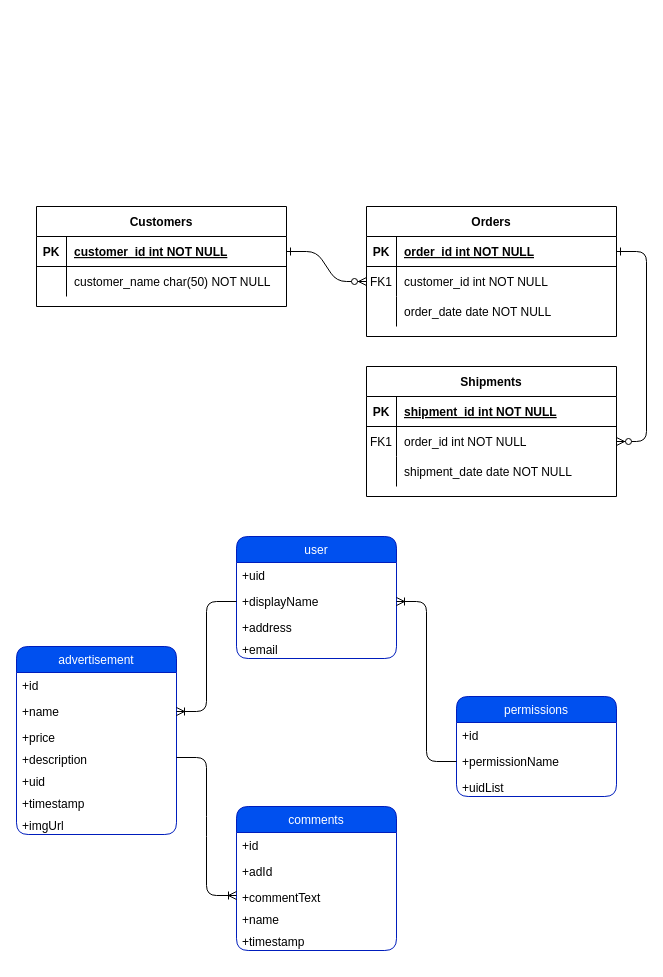
Earlier version of the draw.io diagram Untitled Diagram.drawio (DanylMatviyenko/codinGame). Source tidied: cells renumbered, new cells numbered last; positions are measured from the earlier drawing's top-left corner, leaving out a move shared by most shapes. Both pictures are drawn from the tidied source at 100%, with x=0, y=0 at pixel (16, 206).
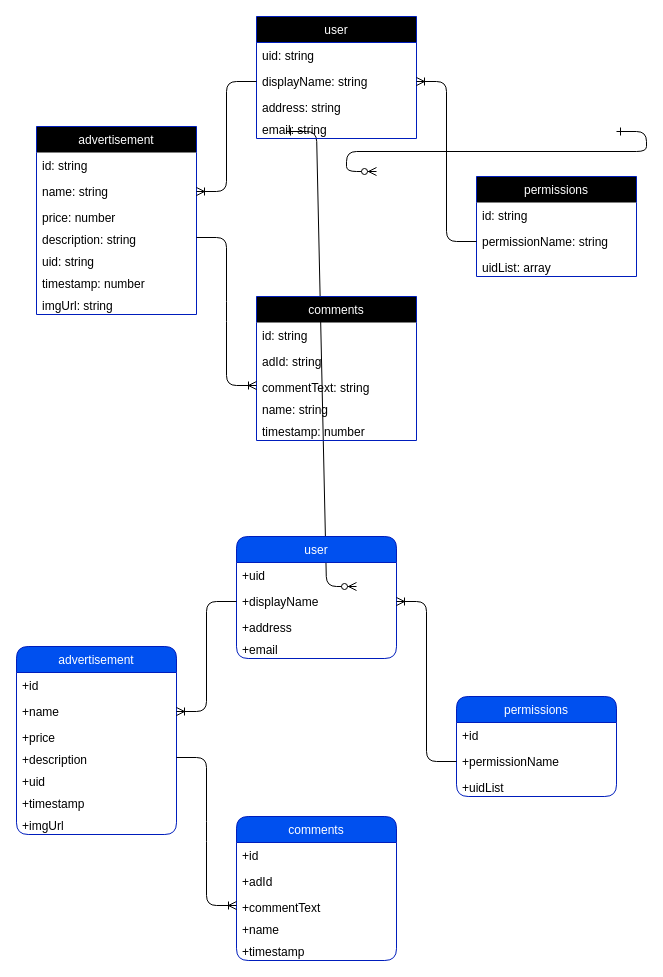
The same page after the edit.

Diff of the diagram source:
```diff
@@
-    <mxCell id="2" style="edgeStyle=entityRelationEdgeStyle;endArrow=ERzeroToMany;startArrow=ERone;endFill=1;startFill=0;" parent="1" edge="1" source="25" target="8">
-      <mxGeometry relative="1" as="geometry" />
+    <mxCell id="2" style="edgeStyle=entityRelationEdgeStyle;endArrow=ERzeroToMany;startArrow=ERone;endFill=1;startFill=0;" parent="1" edge="1">
+      <mxGeometry relative="1" as="geometry">
+        <mxPoint x="270" y="-75" as="sourcePoint" />
+        <mxPoint x="340" y="380" as="targetPoint" />
+      </mxGeometry>
     </mxCell>
-    <mxCell id="3" style="edgeStyle=entityRelationEdgeStyle;endArrow=ERzeroToMany;startArrow=ERone;endFill=1;startFill=0;" parent="1" edge="1" source="5" target="18">
-      <mxGeometry relative="1" as="geometry" />
+    <mxCell id="3" style="edgeStyle=entityRelationEdgeStyle;endArrow=ERzeroToMany;startArrow=ERone;endFill=1;startFill=0;" parent="1" edge="1">
+      <mxGeometry relative="1" as="geometry">
+        <mxPoint x="600" y="-75" as="sourcePoint" />
+        <mxPoint x="360" y="-35" as="targetPoint" />
+      </mxGeometry>
     </mxCell>
-    <mxCell id="4" value="Orders" style="shape=table;startSize=30;childLayout=tableLayout;rowLines=0;fontStyle=1;align=center;" parent="1" vertex="1">
-      <mxGeometry x="350" width="250" height="130" as="geometry" />
-    </mxCell>
-    <mxCell id="5" style="shape=partialRectangle;fillColor=none;points=[[0,0.5],[1,0.5]];portConstraint=eastwest;top=0;left=0;right=0;bottom=1;" parent="4" vertex="1">
-      <mxGeometry y="30" width="250" height="30" as="geometry" />
-    </mxCell>
-    <mxCell id="6" value="PK" style="shape=partialRectangle;overflow=hidden;fillColor=none;top=0;left=0;bottom=0;right=0;fontStyle=1;" parent="5" vertex="1">
-      <mxGeometry width="30" height="30" as="geometry" />
-    </mxCell>
-    <mxCell id="7" value="order_id int NOT NULL " style="shape=partialRectangle;overflow=hidden;fillColor=none;top=0;left=0;bottom=0;right=0;align=left;spacingLeft=6;fontStyle=5;" parent="5" vertex="1">
-      <mxGeometry x="30" width="220" height="30" as="geometry" />
-    </mxCell>
-    <mxCell id="8" style="shape=partialRectangle;fillColor=none;points=[[0,0.5],[1,0.5]];portConstraint=eastwest;top=0;left=0;right=0;bottom=0;" parent="4" vertex="1">
-      <mxGeometry y="60" width="250" height="30" as="geometry" />
-    </mxCell>
-    <mxCell id="9" value="FK1" style="shape=partialRectangle;overflow=hidden;fillColor=none;top=0;left=0;bottom=0;right=0;" parent="8" vertex="1">
-      <mxGeometry width="30" height="30" as="geometry" />
-    </mxCell>
-    <mxCell id="10" value="customer_id int NOT NULL" style="shape=partialRectangle;overflow=hidden;fillColor=none;top=0;left=0;bottom=0;right=0;align=left;spacingLeft=6;" parent="8" vertex="1">
-      <mxGeometry x="30" width="220" height="30" as="geometry" />
-    </mxCell>
-    <mxCell id="11" style="shape=partialRectangle;fillColor=none;top=0;left=0;right=0;bottom=0;" parent="4" vertex="1">
-      <mxGeometry y="90" width="250" height="30" as="geometry" />
-    </mxCell>
-    <mxCell id="12" style="shape=partialRectangle;overflow=hidden;fillColor=none;top=0;left=0;bottom=0;right=0;" parent="11" vertex="1">
-      <mxGeometry width="30" height="30" as="geometry" />
-    </mxCell>
-    <mxCell id="13" value="order_date date NOT NULL" style="shape=partialRectangle;overflow=hidden;fillColor=none;top=0;left=0;bottom=0;right=0;align=left;spacingLeft=6;" parent="11" vertex="1">
-      <mxGeometry x="30" width="220" height="30" as="geometry" />
-    </mxCell>
-    <mxCell id="14" value="Shipments" style="shape=table;startSize=30;childLayout=tableLayout;rowLines=0;fontStyle=1;align=center;" parent="1" vertex="1">
-      <mxGeometry x="350" y="160" width="250" height="130" as="geometry" />
-    </mxCell>
-    <mxCell id="15" style="shape=partialRectangle;fillColor=none;top=0;left=0;right=0;bottom=1;" parent="14" vertex="1">
-      <mxGeometry y="30" width="250" height="30" as="geometry" />
-    </mxCell>
-    <mxCell id="16" value="PK" style="shape=partialRectangle;overflow=hidden;fillColor=none;top=0;left=0;bottom=0;right=0;fontStyle=1;" parent="15" vertex="1">
-      <mxGeometry width="30" height="30" as="geometry" />
-    </mxCell>
-    <mxCell id="17" value="shipment_id int NOT NULL " style="shape=partialRectangle;overflow=hidden;fillColor=none;top=0;left=0;bottom=0;right=0;align=left;spacingLeft=6;fontStyle=5;" parent="15" vertex="1">
-      <mxGeometry x="30" width="220" height="30" as="geometry" />
-    </mxCell>
-    <mxCell id="18" style="shape=partialRectangle;fillColor=none;points=[[0,0.5],[1,0.5]];portConstraint=eastwest;top=0;left=0;right=0;bottom=0;" parent="14" vertex="1">
-      <mxGeometry y="60" width="250" height="30" as="geometry" />
-    </mxCell>
-    <mxCell id="19" value="FK1" style="shape=partialRectangle;overflow=hidden;fillColor=none;top=0;left=0;bottom=0;right=0;" parent="18" vertex="1">
-      <mxGeometry width="30" height="30" as="geometry" />
-    </mxCell>
-    <mxCell id="20" value="order_id int NOT NULL" style="shape=partialRectangle;overflow=hidden;fillColor=none;top=0;left=0;bottom=0;right=0;align=left;spacingLeft=6;" parent="18" vertex="1">
-      <mxGeometry x="30" width="220" height="30" as="geometry" />
-    </mxCell>
-    <mxCell id="21" style="shape=partialRectangle;fillColor=none;top=0;left=0;right=0;bottom=0;" parent="14" vertex="1">
-      <mxGeometry y="90" width="250" height="30" as="geometry" />
-    </mxCell>
-    <mxCell id="22" style="shape=partialRectangle;overflow=hidden;fillColor=none;top=0;left=0;bottom=0;right=0;" parent="21" vertex="1">
-      <mxGeometry width="30" height="30" as="geometry" />
-    </mxCell>
-    <mxCell id="23" value="shipment_date date NOT NULL" style="shape=partialRectangle;overflow=hidden;fillColor=none;top=0;left=0;bottom=0;right=0;align=left;spacingLeft=6;" parent="21" vertex="1">
-      <mxGeometry x="30" width="220" height="30" as="geometry" />
-    </mxCell>
-    <mxCell id="24" value="Customers" style="shape=table;startSize=30;childLayout=tableLayout;rowLines=0;fontStyle=1;align=center;" parent="1" vertex="1">
-      <mxGeometry x="20" width="250" height="100" as="geometry" />
-    </mxCell>
-    <mxCell id="25" style="shape=partialRectangle;fillColor=none;points=[[0,0.5],[1,0.5]];portConstraint=eastwest;top=0;left=0;right=0;bottom=1;" parent="24" vertex="1">
-      <mxGeometry y="30" width="250" height="30" as="geometry" />
-    </mxCell>
-    <mxCell id="26" value="PK" style="shape=partialRectangle;overflow=hidden;fillColor=none;top=0;left=0;bottom=0;right=0;fontStyle=1;" parent="25" vertex="1">
-      <mxGeometry width="30" height="30" as="geometry" />
-    </mxCell>
-    <mxCell id="27" value="customer_id int NOT NULL " style="shape=partialRectangle;overflow=hidden;fillColor=none;top=0;left=0;bottom=0;right=0;align=left;spacingLeft=6;fontStyle=5;" parent="25" vertex="1">
-      <mxGeometry x="30" width="220" height="30" as="geometry" />
-    </mxCell>
-    <mxCell id="28" style="shape=partialRectangle;fillColor=none;top=0;left=0;right=0;bottom=0;" parent="24" vertex="1">
-      <mxGeometry y="60" width="250" height="30" as="geometry" />
-    </mxCell>
-    <mxCell id="29" style="shape=partialRectangle;overflow=hidden;fillColor=none;top=0;left=0;bottom=0;right=0;" parent="28" vertex="1">
-      <mxGeometry width="30" height="30" as="geometry" />
-    </mxCell>
-    <mxCell id="30" value="customer_name char(50) NOT NULL" style="shape=partialRectangle;overflow=hidden;fillColor=none;top=0;left=0;bottom=0;right=0;align=left;spacingLeft=6;" parent="28" vertex="1">
-      <mxGeometry x="30" width="220" height="30" as="geometry" />
-    </mxCell>
@@
     <mxCell id="36" value="comments" style="swimlane;fontStyle=0;horizontal=1;startSize=26;fillColor=#0050ef;strokeColor=#001DBC;fontColor=#ffffff;border-radius: 3;swimlaneFillColor=none;rounded=1;" parent="1" vertex="1">
-      <mxGeometry x="220" y="600" width="160" height="144" as="geometry" />
+      <mxGeometry x="220" y="610" width="160" height="144" as="geometry" />
     </mxCell>
@@
+    <mxCell id="57" value="user" style="swimlane;fontStyle=0;horizontal=1;startSize=26;strokeColor=#001DBC;fontColor=#ffffff;border-radius: 3;swimlaneFillColor=none;rounded=0;fillColor=#000000;" parent="1" vertex="1">
+      <mxGeometry x="240" y="-190" width="160" height="122" as="geometry" />
+    </mxCell>
+    <mxCell id="58" value="uid: string" style="text;strokeColor=none;fillColor=none;align=left;verticalAlign=top;spacingLeft=4;spacingRight=4;overflow=hidden;" parent="57" vertex="1">
+      <mxGeometry y="26" width="160" height="26" as="geometry" />
+    </mxCell>
+    <mxCell id="59" value="displayName: string" style="text;strokeColor=none;fillColor=none;align=left;verticalAlign=top;spacingLeft=4;spacingRight=4;overflow=hidden;points=[[0,0.5],[1,0.5]];portConstraint=eastwest;" parent="57" vertex="1">
+      <mxGeometry y="52" width="160" height="26" as="geometry" />
+    </mxCell>
+    <mxCell id="60" value="address: string" style="text;strokeColor=none;fillColor=none;align=left;verticalAlign=top;spacingLeft=4;spacingRight=4;overflow=hidden;imageWidth=24;imageHeight=27;" parent="57" vertex="1">
+      <mxGeometry y="78" width="160" height="22" as="geometry" />
+    </mxCell>
+    <mxCell id="61" value="email: string" style="text;strokeColor=none;fillColor=none;align=left;verticalAlign=top;spacingLeft=4;spacingRight=4;overflow=hidden;imageWidth=24;imageHeight=27;" parent="57" vertex="1">
+      <mxGeometry y="100" width="160" height="22" as="geometry" />
+    </mxCell>
+    <mxCell id="62" value="comments" style="swimlane;fontStyle=0;horizontal=1;startSize=26;strokeColor=#001DBC;fontColor=#ffffff;border-radius: 3;swimlaneFillColor=none;rounded=0;swimlaneLine=0;fillColor=#000000;" parent="1" vertex="1">
+      <mxGeometry x="240" y="90" width="160" height="144" as="geometry" />
+    </mxCell>
+    <mxCell id="63" value="id: string" style="text;strokeColor=none;fillColor=none;align=left;verticalAlign=top;spacingLeft=4;spacingRight=4;overflow=hidden;" parent="62" vertex="1">
+      <mxGeometry y="26" width="160" height="26" as="geometry" />
+    </mxCell>
+    <mxCell id="64" value="adId: string" style="text;strokeColor=none;fillColor=none;align=left;verticalAlign=top;spacingLeft=4;spacingRight=4;overflow=hidden;" parent="62" vertex="1">
+      <mxGeometry y="52" width="160" height="26" as="geometry" />
+    </mxCell>
+    <mxCell id="65" value="commentText: string" style="text;strokeColor=none;fillColor=none;align=left;verticalAlign=top;spacingLeft=4;spacingRight=4;overflow=hidden;points=[[0,0.5],[1,0.5]];portConstraint=eastwest;imageWidth=24;imageHeight=27;" parent="62" vertex="1">
+      <mxGeometry y="78" width="160" height="22" as="geometry" />
+    </mxCell>
+    <mxCell id="66" value="name: string" style="text;strokeColor=none;fillColor=none;align=left;verticalAlign=top;spacingLeft=4;spacingRight=4;overflow=hidden;imageWidth=24;imageHeight=27;" parent="62" vertex="1">
+      <mxGeometry y="100" width="160" height="22" as="geometry" />
+    </mxCell>
+    <mxCell id="67" value="timestamp: number" style="text;strokeColor=none;fillColor=none;align=left;verticalAlign=top;spacingLeft=4;spacingRight=4;overflow=hidden;imageWidth=24;imageHeight=27;" parent="62" vertex="1">
+      <mxGeometry y="122" width="160" height="22" as="geometry" />
+    </mxCell>
+    <mxCell id="68" value="permissions" style="swimlane;fontStyle=0;horizontal=1;startSize=26;strokeColor=#001DBC;fontColor=#ffffff;border-radius: 3;swimlaneFillColor=none;rounded=0;swimlaneLine=0;fillColor=#000000;" parent="1" vertex="1">
+      <mxGeometry x="460" y="-30" width="160" height="100" as="geometry" />
+    </mxCell>
+    <mxCell id="69" value="id: string" style="text;strokeColor=none;fillColor=none;align=left;verticalAlign=top;spacingLeft=4;spacingRight=4;overflow=hidden;" parent="68" vertex="1">
+      <mxGeometry y="26" width="160" height="26" as="geometry" />
+    </mxCell>
+    <mxCell id="70" value="permissionName: string" style="text;strokeColor=none;fillColor=none;align=left;verticalAlign=top;spacingLeft=4;spacingRight=4;overflow=hidden;points=[[0,0.5],[1,0.5]];portConstraint=eastwest;" parent="68" vertex="1">
+      <mxGeometry y="52" width="160" height="26" as="geometry" />
+    </mxCell>
+    <mxCell id="71" value="uidList: array" style="text;strokeColor=none;fillColor=none;align=left;verticalAlign=top;spacingLeft=4;spacingRight=4;overflow=hidden;imageWidth=24;imageHeight=27;" parent="68" vertex="1">
+      <mxGeometry y="78" width="160" height="22" as="geometry" />
+    </mxCell>
+    <mxCell id="72" value="advertisement" style="swimlane;fontStyle=0;horizontal=1;startSize=26;strokeColor=#001DBC;fontColor=#ffffff;border-radius: 3;swimlaneFillColor=none;rounded=0;swimlaneLine=0;fillColor=#000000;" parent="1" vertex="1">
+      <mxGeometry x="20" y="-80" width="160" height="188" as="geometry" />
+    </mxCell>
+    <mxCell id="73" value="id: string " style="text;strokeColor=none;fillColor=none;align=left;verticalAlign=top;spacingLeft=4;spacingRight=4;overflow=hidden;" parent="72" vertex="1">
+      <mxGeometry y="26" width="160" height="26" as="geometry" />
+    </mxCell>
+    <mxCell id="74" value="name: string" style="text;strokeColor=none;fillColor=none;align=left;verticalAlign=top;spacingLeft=4;spacingRight=4;overflow=hidden;points=[[0,0.5],[1,0.5]];portConstraint=eastwest;" parent="72" vertex="1">
+      <mxGeometry y="52" width="160" height="26" as="geometry" />
+    </mxCell>
+    <mxCell id="75" value="price: number" style="text;strokeColor=none;fillColor=none;align=left;verticalAlign=top;spacingLeft=4;spacingRight=4;overflow=hidden;imageWidth=24;imageHeight=27;" parent="72" vertex="1">
+      <mxGeometry y="78" width="160" height="22" as="geometry" />
+    </mxCell>
+    <mxCell id="76" value="description: string" style="text;strokeColor=none;fillColor=none;align=left;verticalAlign=top;spacingLeft=4;spacingRight=4;overflow=hidden;points=[[0,0.5],[1,0.5]];portConstraint=eastwest;imageWidth=24;imageHeight=27;" parent="72" vertex="1">
+      <mxGeometry y="100" width="160" height="22" as="geometry" />
+    </mxCell>
+    <mxCell id="77" value="uid: string" style="text;strokeColor=none;fillColor=none;align=left;verticalAlign=top;spacingLeft=4;spacingRight=4;overflow=hidden;imageWidth=24;imageHeight=27;" parent="72" vertex="1">
+      <mxGeometry y="122" width="160" height="22" as="geometry" />
+    </mxCell>
+    <mxCell id="78" value="timestamp: number" style="text;strokeColor=none;fillColor=none;align=left;verticalAlign=top;spacingLeft=4;spacingRight=4;overflow=hidden;imageWidth=24;imageHeight=27;" parent="72" vertex="1">
+      <mxGeometry y="144" width="160" height="22" as="geometry" />
+    </mxCell>
+    <mxCell id="79" value="imgUrl: string" style="text;strokeColor=none;fillColor=none;align=left;verticalAlign=top;spacingLeft=4;spacingRight=4;overflow=hidden;imageWidth=24;imageHeight=27;" parent="72" vertex="1">
+      <mxGeometry y="166" width="160" height="22" as="geometry" />
+    </mxCell>
+    <mxCell id="80" style="edgeStyle=entityRelationEdgeStyle;fontSize=12;html=1;endArrow=ERoneToMany;entryX=0;entryY=0.5;entryDx=0;entryDy=0;exitX=1;exitY=0.5;exitDx=0;exitDy=0;" parent="1" edge="1" source="76" target="65">
+      <mxGeometry relative="1" as="geometry" />
+    </mxCell>
+    <mxCell id="81" style="edgeStyle=entityRelationEdgeStyle;fontSize=12;html=1;endArrow=ERoneToMany;exitX=0;exitY=0.5;exitDx=0;exitDy=0;entryX=1;entryY=0.5;entryDx=0;entryDy=0;" parent="1" edge="1" source="70" target="59">
+      <mxGeometry relative="1" as="geometry" />
+    </mxCell>
+    <mxCell id="82" style="edgeStyle=entityRelationEdgeStyle;fontSize=12;html=1;endArrow=ERoneToMany;exitX=0;exitY=0.5;exitDx=0;exitDy=0;entryX=1;entryY=0.5;entryDx=0;entryDy=0;" parent="1" edge="1" source="59" target="74">
+      <mxGeometry relative="1" as="geometry" />
+    </mxCell>
```
